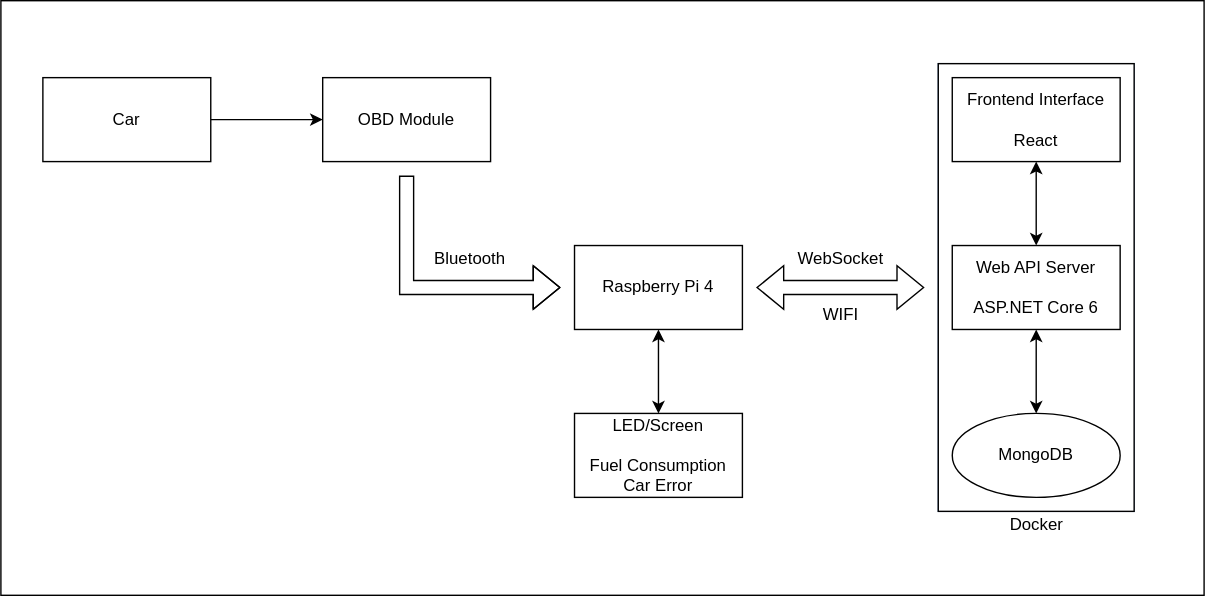
This is docs/diagram.svg from vraoum/vroom-stats, a draw.io export, as it was before one commit. Source tidied: cells renumbered, new cells last; positions are measured from the earlier drawing's top-left corner, leaving out a move shared by most shapes.
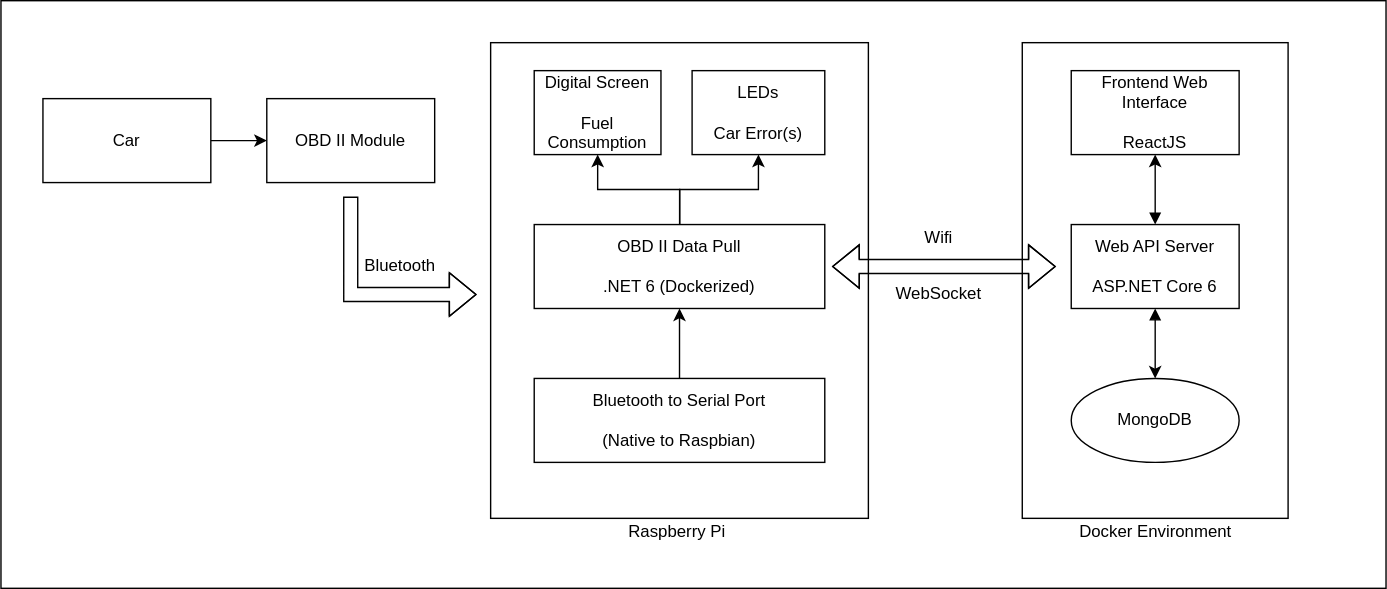
Above is the later version.

Change to the diagram source:
```diff
@@ -2,77 +2,98 @@
   <root>
     <mxCell id="0" />
     <mxCell id="1" parent="0" />
-    <mxCell id="2" style="rounded=0;whiteSpace=wrap;html=1;" parent="1" vertex="1">
-      <mxGeometry width="860" height="425" as="geometry" />
-    </mxCell>
-    <mxCell id="3" style="edgeStyle=orthogonalEdgeStyle;rounded=0;jettySize=auto;html=1;" parent="1" edge="1" source="4" target="5">
-      <mxGeometry relative="1" as="geometry" />
-    </mxCell>
+    <mxCell id="23" style="rounded=0;whiteSpace=wrap;html=1;" parent="1" vertex="1">
+      <mxGeometry x="90" y="-15" width="990" height="420" as="geometry" />
+    </mxCell>
+    <mxCell id="24" style="edgeStyle=orthogonalEdgeStyle;rounded=0;jettySize=auto;html=1;" parent="1" edge="1" source="4" target="25">
+      <mxGeometry relative="1" as="geometry" />
+    </mxCell>
     <mxCell id="4" value="Car" style="rounded=0;whiteSpace=wrap;html=1;" parent="1" vertex="1">
-      <mxGeometry x="30" y="55" width="120" height="60" as="geometry" />
+      <mxGeometry x="120" y="55" width="120" height="60" as="geometry" />
     </mxCell>
-    <mxCell id="5" value="OBD Module" style="rounded=0;whiteSpace=wrap;html=1;" parent="1" vertex="1">
-      <mxGeometry x="230" y="55" width="120" height="60" as="geometry" />
-    </mxCell>
-    <mxCell id="6" style="shape=flexArrow;endArrow=classic;html=1;rounded=0;" parent="1" edge="1">
-      <mxGeometry relative="1" as="geometry">
-        <mxPoint x="290" y="125" as="sourcePoint" />
-        <mxPoint x="400" y="205" as="targetPoint" />
-        <Array as="points">
-          <mxPoint x="290" y="205" />
-        </Array>
-      </mxGeometry>
-    </mxCell>
+    <mxCell id="25" value="OBD II Module" style="rounded=0;whiteSpace=wrap;html=1;" parent="1" vertex="1">
+      <mxGeometry x="280" y="55" width="120" height="60" as="geometry" />
+    </mxCell>
+    <mxCell id="26" style="shape=flexArrow;endArrow=classic;html=1;rounded=0;" parent="1" edge="1">
+      <mxGeometry relative="1" as="geometry">
+        <mxPoint x="340" y="125" as="sourcePoint" />
+        <mxPoint x="430" y="195" as="targetPoint" />
+        <Array as="points">
+          <mxPoint x="340" y="195" />
+        </Array>
+      </mxGeometry>
+    </mxCell>
     <mxCell id="7" value="Bluetooth" style="text;html=1;align=center;verticalAlign=middle;strokeColor=none;fillColor=none;" parent="1" vertex="1">
-      <mxGeometry x="300" y="175" width="70" height="20" as="geometry" />
+      <mxGeometry x="340" y="165" width="70" height="20" as="geometry" />
     </mxCell>
-    <mxCell id="8" style="edgeStyle=orthogonalEdgeStyle;rounded=0;jettySize=auto;html=1;startArrow=classic;startFill=1;" parent="1" edge="1" source="9" target="13">
-      <mxGeometry relative="1" as="geometry" />
-    </mxCell>
-    <mxCell id="9" value="Raspberry Pi 4" style="rounded=0;whiteSpace=wrap;html=1;" parent="1" vertex="1">
-      <mxGeometry x="410" y="175" width="120" height="60" as="geometry" />
-    </mxCell>
-    <mxCell id="10" style="shape=flexArrow;endArrow=classic;startArrow=classic;html=1;rounded=0;" parent="1" edge="1">
-      <mxGeometry relative="1" as="geometry">
-        <mxPoint x="540" y="205" as="sourcePoint" />
-        <mxPoint x="660" y="205" as="targetPoint" />
-      </mxGeometry>
-    </mxCell>
+    <mxCell id="27" style="group;" parent="1" vertex="1">
+      <mxGeometry x="440" y="15" width="270" height="360" as="geometry" />
+    </mxCell>
+    <mxCell id="28" style="rounded=0;whiteSpace=wrap;html=1;" parent="27" vertex="1">
+      <mxGeometry width="270" height="340" as="geometry" />
+    </mxCell>
+    <mxCell id="29" style="edgeStyle=orthogonalEdgeStyle;rounded=0;jettySize=auto;html=1;startArrow=none;startFill=0;" parent="27" edge="1" source="30" target="36">
+      <mxGeometry relative="1" as="geometry" />
+    </mxCell>
+    <mxCell id="30" value="Bluetooth to Serial Port&lt;br&gt;&lt;br&gt;(Native to Raspbian)" style="rounded=0;whiteSpace=wrap;html=1;" parent="27" vertex="1">
+      <mxGeometry x="31.2" y="240" width="207.7" height="60" as="geometry" />
+    </mxCell>
+    <mxCell id="31" value="LEDs&lt;br&gt;&lt;br&gt;Car Error(s)" style="rounded=0;whiteSpace=wrap;html=1;" parent="27" vertex="1">
+      <mxGeometry x="144" y="20" width="94.8" height="60" as="geometry" />
+    </mxCell>
+    <mxCell id="32" value="Raspberry Pi" style="text;html=1;align=center;verticalAlign=middle;strokeColor=none;fillColor=none;" parent="27" vertex="1">
+      <mxGeometry x="93.5" y="340" width="80" height="20" as="geometry" />
+    </mxCell>
+    <mxCell id="33" value="Digital Screen&lt;br&gt;&lt;br&gt;Fuel Consumption" style="rounded=0;whiteSpace=wrap;html=1;" parent="27" vertex="1">
+      <mxGeometry x="31.2" y="20" width="90.6" height="60" as="geometry" />
+    </mxCell>
+    <mxCell id="34" style="edgeStyle=orthogonalEdgeStyle;rounded=0;jettySize=auto;html=1;startArrow=none;startFill=0;" parent="27" edge="1" source="36" target="33">
+      <mxGeometry relative="1" as="geometry" />
+    </mxCell>
+    <mxCell id="35" style="edgeStyle=orthogonalEdgeStyle;rounded=0;jettySize=auto;html=1;entryX=0.5;entryY=1;entryDx=0;entryDy=0;startArrow=none;startFill=0;" parent="27" edge="1" source="36" target="31">
+      <mxGeometry relative="1" as="geometry" />
+    </mxCell>
+    <mxCell id="36" value="OBD II Data Pull&lt;br&gt;&lt;br&gt;.NET 6 (Dockerized)" style="rounded=0;whiteSpace=wrap;html=1;" parent="27" vertex="1">
+      <mxGeometry x="31.2" y="130" width="207.7" height="60" as="geometry" />
+    </mxCell>
+    <mxCell id="37" value="Wifi" style="text;html=1;align=center;verticalAlign=middle;strokeColor=none;fillColor=none;" parent="1" vertex="1">
+      <mxGeometry x="740" y="145" width="40" height="20" as="geometry" />
+    </mxCell>
     <mxCell id="11" value="WebSocket" style="text;html=1;align=center;verticalAlign=middle;strokeColor=none;fillColor=none;" parent="1" vertex="1">
-      <mxGeometry x="560" y="175" width="80" height="20" as="geometry" />
+      <mxGeometry x="720" y="185" width="80" height="20" as="geometry" />
     </mxCell>
-    <mxCell id="12" value="WIFI" style="text;html=1;align=center;verticalAlign=middle;strokeColor=none;fillColor=none;" parent="1" vertex="1">
-      <mxGeometry x="580" y="215" width="40" height="20" as="geometry" />
-    </mxCell>
-    <mxCell id="13" value="LED/Screen&lt;br&gt;&lt;br&gt;Fuel Consumption&lt;br&gt;Car Error" style="rounded=0;whiteSpace=wrap;html=1;" parent="1" vertex="1">
-      <mxGeometry x="410" y="295" width="120" height="60" as="geometry" />
-    </mxCell>
-    <mxCell id="14" style="group;fillColor=#dae8fc;strokeColor=#6c8ebf;" parent="1" vertex="1">
-      <mxGeometry x="670" y="45" width="140" height="320" as="geometry" />
-    </mxCell>
-    <mxCell id="15" style="rounded=0;whiteSpace=wrap;html=1;" parent="14" vertex="1">
-      <mxGeometry width="140" height="320" as="geometry" />
-    </mxCell>
-    <mxCell id="16" style="group;" parent="14" vertex="1">
-      <mxGeometry x="10" y="10" width="120" height="300" as="geometry" />
-    </mxCell>
+    <mxCell id="38" style="group;" parent="1" vertex="1">
+      <mxGeometry x="820" y="15" width="190" height="360" as="geometry" />
+    </mxCell>
+    <mxCell id="39" style="rounded=0;whiteSpace=wrap;html=1;" parent="38" vertex="1">
+      <mxGeometry width="190" height="340" as="geometry" />
+    </mxCell>
+    <mxCell id="40" value="Frontend Web Interface&lt;br&gt;&lt;br&gt;ReactJS" style="rounded=0;whiteSpace=wrap;html=1;" parent="38" vertex="1">
+      <mxGeometry x="35" y="20" width="120" height="60" as="geometry" />
+    </mxCell>
-    <mxCell id="17" value="Web API Server&lt;br&gt;&lt;br&gt;ASP.NET Core 6" style="rounded=0;whiteSpace=wrap;html=1;" parent="16" vertex="1">
-      <mxGeometry y="120" width="120" height="60" as="geometry" />
+    <mxCell id="17" value="Web API Server&lt;br&gt;&lt;br&gt;ASP.NET Core 6" style="rounded=0;whiteSpace=wrap;html=1;" parent="38" vertex="1">
+      <mxGeometry x="35" y="130" width="120" height="60" as="geometry" />
     </mxCell>
-    <mxCell id="18" value="MongoDB" style="ellipse;whiteSpace=wrap;html=1;rounded=0;" parent="16" vertex="1">
-      <mxGeometry y="240" width="120" height="60" as="geometry" />
+    <mxCell id="18" value="MongoDB" style="ellipse;whiteSpace=wrap;html=1;" parent="38" vertex="1">
+      <mxGeometry x="35" y="240" width="120" height="60" as="geometry" />
     </mxCell>
+    <mxCell id="41" value="Docker Environment" style="text;html=1;align=center;verticalAlign=middle;strokeColor=none;fillColor=none;" parent="38" vertex="1">
+      <mxGeometry x="35" y="340" width="120" height="20" as="geometry" />
+    </mxCell>
+    <mxCell id="42" style="edgeStyle=orthogonalEdgeStyle;rounded=0;jettySize=auto;html=1;startArrow=block;" parent="38" edge="1" source="17" target="40">
+      <mxGeometry relative="1" as="geometry" />
+    </mxCell>
-    <mxCell id="19" style="edgeStyle=orthogonalEdgeStyle;rounded=0;jettySize=auto;html=1;startArrow=classic;startFill=1;" parent="16" edge="1" source="17" target="18">
+    <mxCell id="19" style="edgeStyle=orthogonalEdgeStyle;rounded=0;jettySize=auto;html=1;startArrow=block;" parent="38" edge="1" source="17" target="18">
       <mxGeometry relative="1" as="geometry" />
     </mxCell>
-    <mxCell id="20" value="Frontend Interface&lt;br&gt;&lt;br&gt;React" style="rounded=0;whiteSpace=wrap;html=1;" parent="16" vertex="1">
-      <mxGeometry width="120" height="60" as="geometry" />
-    </mxCell>
-    <mxCell id="21" style="edgeStyle=orthogonalEdgeStyle;rounded=0;jettySize=auto;html=1;startArrow=classic;startFill=1;" parent="16" edge="1" source="17" target="20">
-      <mxGeometry relative="1" as="geometry" />
-    </mxCell>
-    <mxCell id="22" value="Docker" style="text;html=1;align=center;verticalAlign=middle;strokeColor=none;fillColor=none;" parent="1" vertex="1">
-      <mxGeometry x="715" y="365" width="50" height="20" as="geometry" />
-    </mxCell>
+    <mxCell id="43" style="shape=flexArrow;endArrow=classic;html=1;rounded=0;startArrow=block;" parent="1" edge="1">
+      <mxGeometry relative="1" as="geometry">
+        <mxPoint x="684" y="175" as="sourcePoint" />
+        <mxPoint x="844" y="175" as="targetPoint" />
+        <Array as="points">
+          <mxPoint x="734" y="175" />
+        </Array>
+      </mxGeometry>
+    </mxCell>
   </root>
 </mxGraphModel>
```
